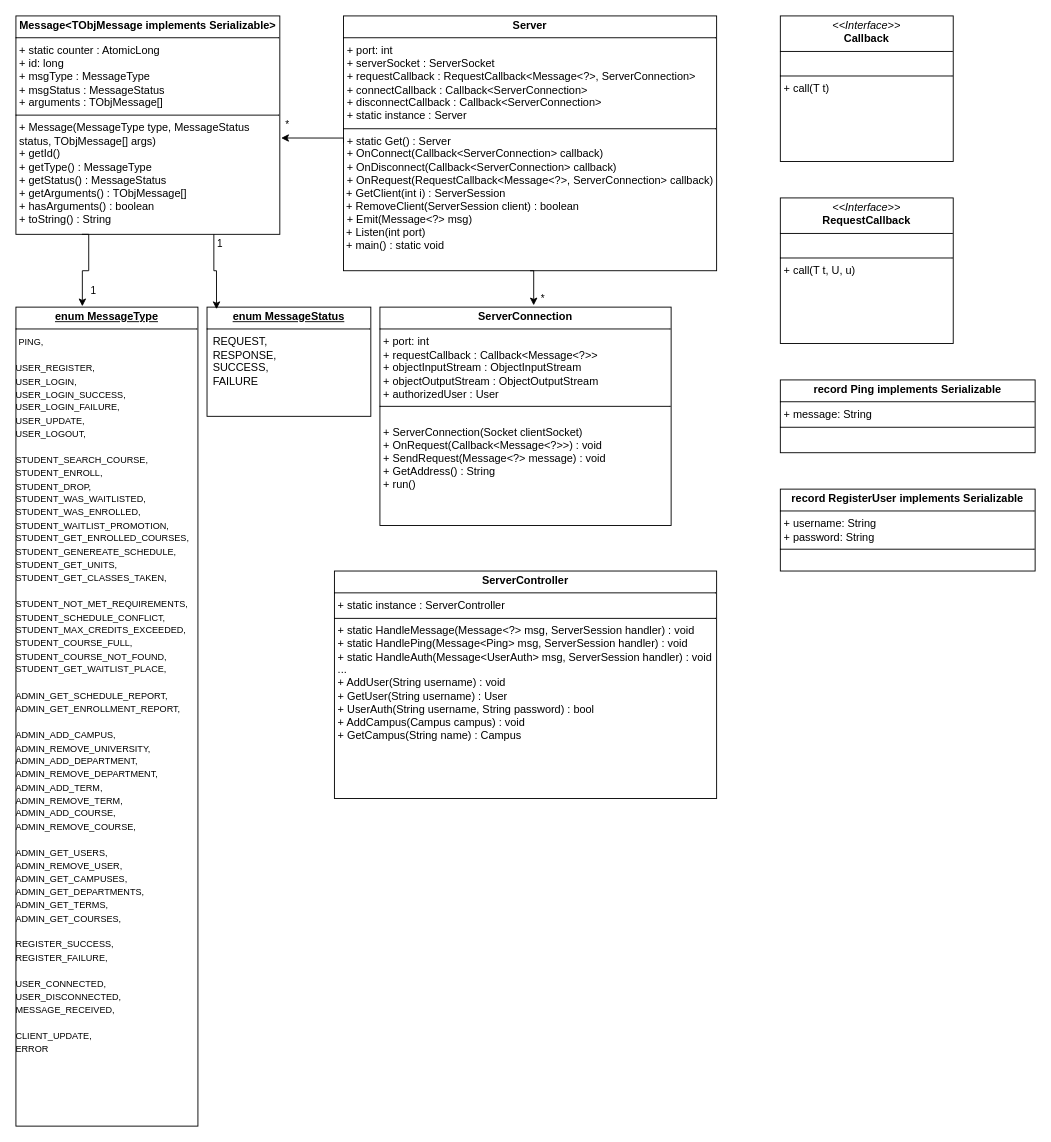
Above: documentation/ServerSocketUML.drawio in stephkno/CourseTrack (draw.io), before the change. Source tidied: cells renumbered, new cells numbered last; positions are measured from the earlier drawing's top-left corner, leaving out a move shared by most shapes. Both pictures are drawn from the tidied source at 91%, with x=0, y=0 at pixel (15, 15).
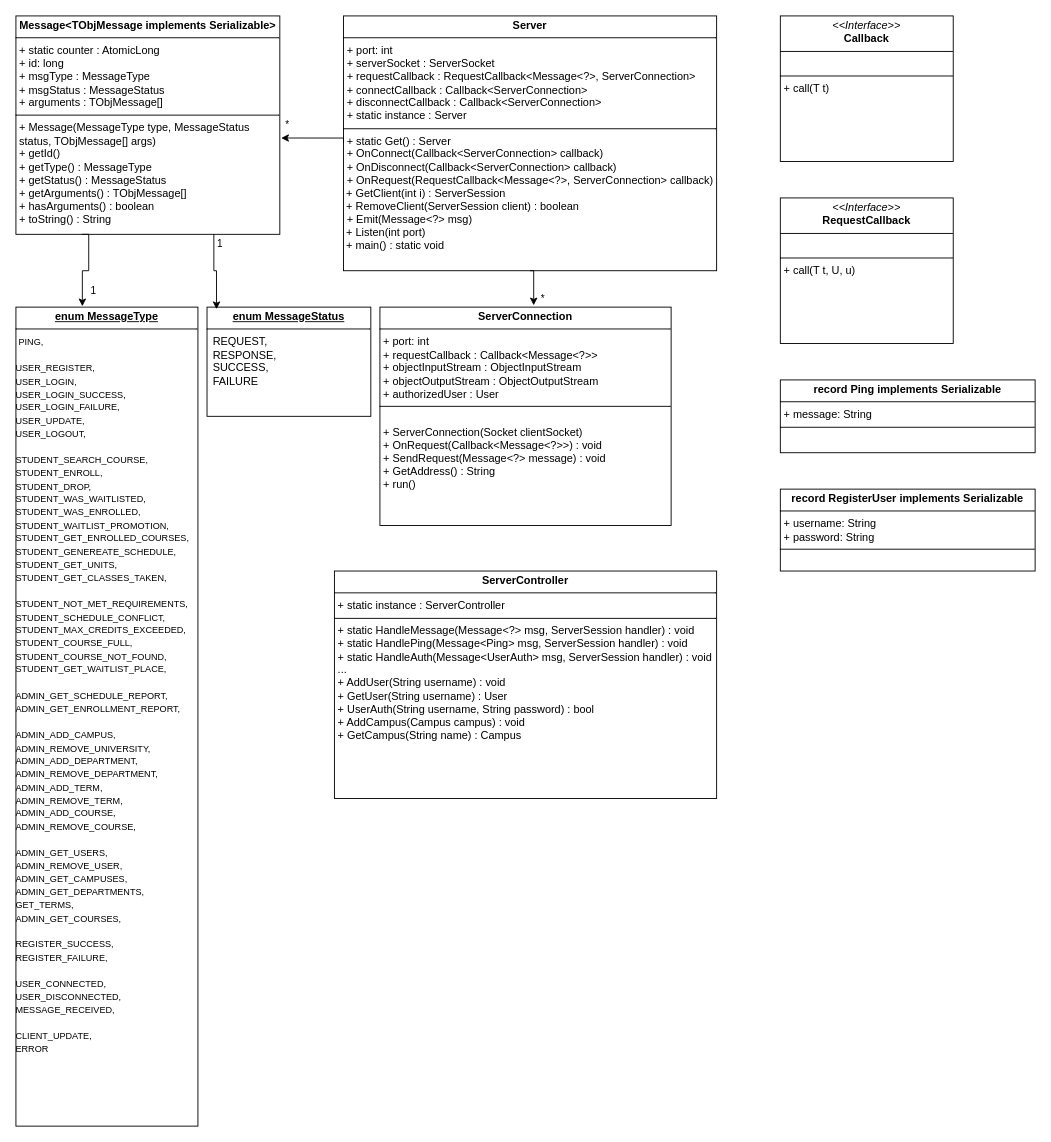
The same diagram, later.

Commit message (it also covers changes not shown here):
change ADMIN_GET_TERMS to GET_TERMS

The edit, as a diff of the source:
```diff
@@
-    <mxCell id="2" value="&lt;p style=&quot;margin: 4px 0px 0px; text-align: center; text-decoration: underline;&quot;&gt;&lt;b&gt;enum MessageType&lt;/b&gt;&lt;/p&gt;&lt;hr size=&quot;1&quot; style=&quot;border-style:solid;&quot;&gt;&lt;div&gt;&amp;nbsp;&lt;font style=&quot;font-size: 10px;&quot;&gt;PING,&lt;br&gt;&lt;br&gt;USER_REGISTER,&lt;br&gt;USER_LOGIN,&lt;br&gt;USER_LOGIN_SUCCESS,&lt;br&gt;USER_LOGIN_FAILURE,&lt;br&gt;USER_UPDATE,&lt;br&gt;USER_LOGOUT,&lt;br&gt;&lt;br&gt;STUDENT_SEARCH_COURSE,&lt;br&gt;STUDENT_ENROLL,&lt;br&gt;STUDENT_DROP,&lt;br&gt;STUDENT_WAS_WAITLISTED,&lt;br&gt;STUDENT_WAS_ENROLLED,&lt;br&gt;STUDENT_WAITLIST_PROMOTION,&lt;br&gt;STUDENT_GET_ENROLLED_COURSES,&lt;br&gt;STUDENT_GENEREATE_SCHEDULE,&lt;br&gt;STUDENT_GET_UNITS,&lt;br&gt;STUDENT_GET_CLASSES_TAKEN,&lt;br&gt;&lt;br&gt;STUDENT_NOT_MET_REQUIREMENTS,&lt;br&gt;STUDENT_SCHEDULE_CONFLICT,&lt;br&gt;STUDENT_MAX_CREDITS_EXCEEDED,&lt;br&gt;STUDENT_COURSE_FULL,&lt;br&gt;STUDENT_COURSE_NOT_FOUND,&lt;br&gt;STUDENT_GET_WAITLIST_PLACE,&lt;br&gt;&lt;br&gt;ADMIN_GET_SCHEDULE_REPORT,&lt;br&gt;ADMIN_GET_ENROLLMENT_REPORT,&lt;br&gt;&lt;br&gt;ADMIN_ADD_CAMPUS,&amp;nbsp; &amp;nbsp;&lt;br&gt;ADMIN_REMOVE_UNIVERSITY,&lt;br&gt;ADMIN_ADD_DEPARTMENT,&lt;br&gt;ADMIN_REMOVE_DEPARTMENT,&lt;br&gt;ADMIN_ADD_TERM,&lt;br&gt;ADMIN_REMOVE_TERM,&lt;br&gt;ADMIN_ADD_COURSE,&lt;br&gt;ADMIN_REMOVE_COURSE,&amp;nbsp;&lt;br&gt;&lt;br&gt;ADMIN_GET_USERS,&lt;br&gt;ADMIN_REMOVE_USER,&lt;br&gt;ADMIN_GET_CAMPUSES,&lt;br&gt;ADMIN_GET_DEPARTMENTS,&lt;br&gt;ADMIN_GET_TERMS,&lt;br&gt;ADMIN_GET_COURSES,&lt;br&gt;&lt;br&gt;REGISTER_SUCCESS,&lt;br&gt;REGISTER_FAILURE,&lt;br&gt;&lt;br&gt;USER_CONNECTED,&lt;br&gt;USER_DISCONNECTED,&lt;br&gt;MESSAGE_RECEIVED,&lt;br&gt;&lt;br&gt;CLIENT_UPDATE,&lt;br&gt;ERROR&lt;/font&gt;&lt;/div&gt;&lt;div&gt;&lt;br&gt;&lt;/div&gt;" style="verticalAlign=top;align=left;overflow=fill;html=1;whiteSpace=wrap;" parent="1" vertex="1">
+    <mxCell id="2" value="&lt;p style=&quot;margin: 4px 0px 0px; text-align: center; text-decoration: underline;&quot;&gt;&lt;b&gt;enum MessageType&lt;/b&gt;&lt;/p&gt;&lt;hr size=&quot;1&quot; style=&quot;border-style:solid;&quot;&gt;&lt;div&gt;&amp;nbsp;&lt;font style=&quot;font-size: 10px;&quot;&gt;PING,&lt;br&gt;&lt;br&gt;USER_REGISTER,&lt;br&gt;USER_LOGIN,&lt;br&gt;USER_LOGIN_SUCCESS,&lt;br&gt;USER_LOGIN_FAILURE,&lt;br&gt;USER_UPDATE,&lt;br&gt;USER_LOGOUT,&lt;br&gt;&lt;br&gt;STUDENT_SEARCH_COURSE,&lt;br&gt;STUDENT_ENROLL,&lt;br&gt;STUDENT_DROP,&lt;br&gt;STUDENT_WAS_WAITLISTED,&lt;br&gt;STUDENT_WAS_ENROLLED,&lt;br&gt;STUDENT_WAITLIST_PROMOTION,&lt;br&gt;STUDENT_GET_ENROLLED_COURSES,&lt;br&gt;STUDENT_GENEREATE_SCHEDULE,&lt;br&gt;STUDENT_GET_UNITS,&lt;br&gt;STUDENT_GET_CLASSES_TAKEN,&lt;br&gt;&lt;br&gt;STUDENT_NOT_MET_REQUIREMENTS,&lt;br&gt;STUDENT_SCHEDULE_CONFLICT,&lt;br&gt;STUDENT_MAX_CREDITS_EXCEEDED,&lt;br&gt;STUDENT_COURSE_FULL,&lt;br&gt;STUDENT_COURSE_NOT_FOUND,&lt;br&gt;STUDENT_GET_WAITLIST_PLACE,&lt;br&gt;&lt;br&gt;ADMIN_GET_SCHEDULE_REPORT,&lt;br&gt;ADMIN_GET_ENROLLMENT_REPORT,&lt;br&gt;&lt;br&gt;ADMIN_ADD_CAMPUS,&amp;nbsp; &amp;nbsp;&lt;br&gt;ADMIN_REMOVE_UNIVERSITY,&lt;br&gt;ADMIN_ADD_DEPARTMENT,&lt;br&gt;ADMIN_REMOVE_DEPARTMENT,&lt;br&gt;ADMIN_ADD_TERM,&lt;br&gt;ADMIN_REMOVE_TERM,&lt;br&gt;ADMIN_ADD_COURSE,&lt;br&gt;ADMIN_REMOVE_COURSE,&amp;nbsp;&lt;br&gt;&lt;br&gt;ADMIN_GET_USERS,&lt;br&gt;ADMIN_REMOVE_USER,&lt;br&gt;ADMIN_GET_CAMPUSES,&lt;br&gt;ADMIN_GET_DEPARTMENTS,&lt;br&gt;GET_TERMS,&lt;br&gt;ADMIN_GET_COURSES,&lt;br&gt;&lt;br&gt;REGISTER_SUCCESS,&lt;br&gt;REGISTER_FAILURE,&lt;br&gt;&lt;br&gt;USER_CONNECTED,&lt;br&gt;USER_DISCONNECTED,&lt;br&gt;MESSAGE_RECEIVED,&lt;br&gt;&lt;br&gt;CLIENT_UPDATE,&lt;br&gt;ERROR&lt;/font&gt;&lt;/div&gt;&lt;div&gt;&lt;br&gt;&lt;/div&gt;" style="verticalAlign=top;align=left;overflow=fill;html=1;whiteSpace=wrap;" parent="1" vertex="1">
       <mxGeometry y="320" width="200" height="900" as="geometry" />
     </mxCell>
```
